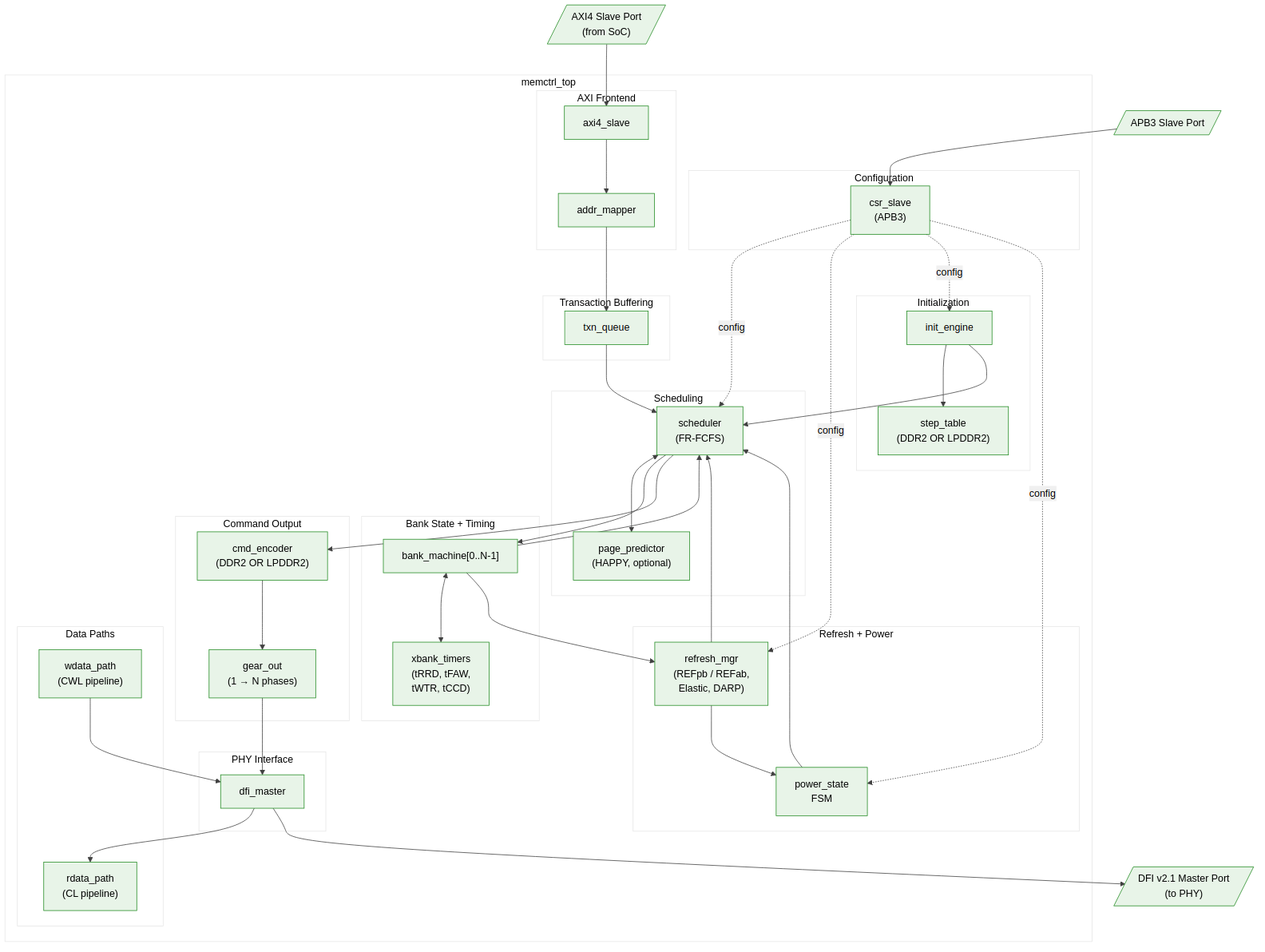
Before: projects/components/memory-controllers/pumice-ddr2-lpddr2/docs/pumice_has/assets/mermaid/01_block_diagram.png, a diagram exported from Mermaid (sean-galloway/RTLDesignSherpa). Its source is kept beside it as projects/components/memory-controllers/pumice-ddr2-lpddr2/docs/pumice_has/assets/mermaid/01_block_diagram.mmd.
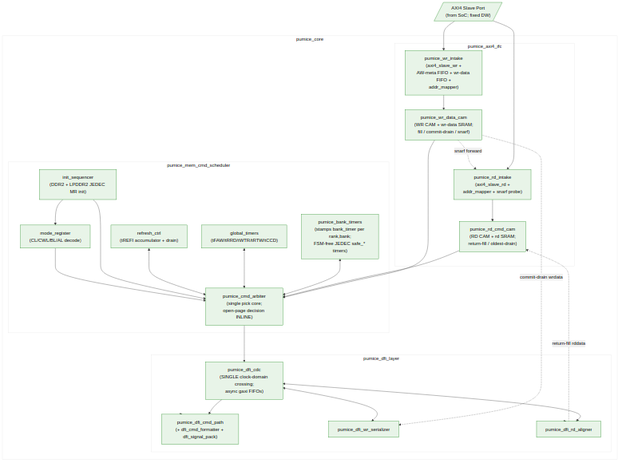
The same file after the commit.

Change to the diagram source:
```diff
@@ -1,63 +1,55 @@
 %%{init: {'theme': 'base', 'themeVariables': { 'primaryColor': '#e8f4e8', 'primaryTextColor': '#000', 'primaryBorderColor': '#228B22', 'lineColor': '#404040', 'secondaryColor': '#f0f0f0', 'tertiaryColor': '#fff'}}}%%
 flowchart TB
-    subgraph FRONT["axi_frontend_macro"]
-        axi_intake["axi_intake<br/>(AXI4 protocol +<br/>w_buf + b_fifo)"]
-        addr_mapper["addr_mapper"]
-        wr_cmd_cam["wr_cmd_cam"]
-        rd_cmd_cam["rd_cmd_cam"]
-        wr2rd_forward["wr2rd_forward<br/>(snarf bypass)"]
-    end
+    subgraph CORE["pumice_core"]
 
-    subgraph CORE["ddr2_lpddr2_core_macro"]
-
-        subgraph CSCHED["command_scheduler_macro"]
-            scheduler["scheduler<br/>(FR-FCFS, closed-page)"]
-            xbank_timers["xbank_timers<br/>(per-(rank,bank) JEDEC)"]
-            global_timers["global_timers<br/>(tFAW/tRRD/tWTR/tRTW)"]
-            refresh_ctrl["refresh_ctrl<br/>(tREFI postponer)"]
-            mode_register["mode_register<br/>(MR0-3 → CL/CWL/BL/AL)"]
-            init_sequencer["init_sequencer<br/>(cold-boot microprogram)"]
-            powerdown_ctrl["powerdown_ctrl<br/>(Active/APD/SR/DPD)"]
+        subgraph IFC["pumice_axi4_ifc"]
+            wr_intake["pumice_wr_intake<br/>(axi4_slave_wr +<br/>AW-meta FIFO + wr-data FIFO +<br/>addr_mapper)"]
+            rd_intake["pumice_rd_intake<br/>(axi4_slave_rd +<br/>addr_mapper + snarf probe)"]
+            wr_data_cam["pumice_wr_data_cam<br/>(WR CAM + wr-data SRAM;<br/>fill / commit-drain / snarf)"]
+            rd_cmd_cam["pumice_rd_cmd_cam<br/>(RD CAM + rd SRAM;<br/>return-fill / oldest-drain)"]
         end
 
-        subgraph DPATH["data_path_macro"]
-            wr_beat_sequencer["wr_beat_sequencer<br/>(W-buf pull → DFI wrdata)"]
-            rd_cl_aligner["rd_cl_aligner<br/>(DFI rddata → rd_inject)"]
+        subgraph SCHED["pumice_mem_cmd_scheduler"]
+            cmd_arbiter["pumice_cmd_arbiter<br/>(single pick core;<br/>open-page decision INLINE)"]
+            bank_timers["pumice_bank_timers<br/>(stamps bank_timer per rank,bank;<br/>FSM-free JEDEC safe_* timers)"]
+            global_timers["global_timers<br/>(tFAW/tRRD/tWTR/tRTW/tCCD)"]
+            refresh_ctrl["refresh_ctrl<br/>(tREFI accumulator + drain)"]
+            init_sequencer["init_sequencer<br/>(DDR2 + LPDDR2 JEDEC MR init)"]
+            mode_register["mode_register<br/>(CL/CWL/BL/AL decode)"]
         end
 
-        subgraph DFI["dfi_v21_interface_macro"]
-            dfi_cmd_formatter["dfi_cmd_formatter<br/>(JEDEC truth table + ODT)"]
-            dfi_signal_pack["dfi_signal_pack<br/>(multi-phase pack)"]
+        subgraph DFI["pumice_dfi_layer"]
+            dfi_cdc["pumice_dfi_cdc<br/>(SINGLE clock-domain crossing;<br/>async gaxi FIFOs)"]
+            dfi_cmd_path["pumice_dfi_cmd_path<br/>(+ dfi_cmd_formatter + dfi_signal_pack)"]
+            dfi_wr_ser["pumice_dfi_wr_serializer"]
+            dfi_rd_align["pumice_dfi_rd_aligner"]
         end
 
     end
 
-    AXI[/"AXI4 Slave Port<br/>(from SoC)"/] --> axi_intake
-    axi_intake --> addr_mapper
-    addr_mapper --> wr_cmd_cam
-    addr_mapper --> rd_cmd_cam
-    wr_cmd_cam <--> wr2rd_forward
-    rd_cmd_cam <--> wr2rd_forward
-    wr2rd_forward --> axi_intake
+    AXI[/"AXI4 Slave Port<br/>(from SoC; fixed DW)"/] --> wr_intake
+    AXI --> rd_intake
 
-    wr_cmd_cam --> scheduler
-    rd_cmd_cam --> scheduler
-    xbank_timers <--> scheduler
-    global_timers <--> scheduler
-    refresh_ctrl --> scheduler
-    init_sequencer --> scheduler
-    powerdown_ctrl --> scheduler
-    mode_register --> scheduler
+    wr_intake --> wr_data_cam
+    rd_intake --> rd_cmd_cam
+    wr_data_cam -. snarf forward .-> rd_intake
+
+    wr_data_cam --> cmd_arbiter
+    rd_cmd_cam --> cmd_arbiter
+    bank_timers <--> cmd_arbiter
+    global_timers <--> cmd_arbiter
+    refresh_ctrl <--> cmd_arbiter
+    init_sequencer --> cmd_arbiter
+    mode_register --> cmd_arbiter
     init_sequencer --> mode_register
 
-    scheduler --> dfi_cmd_formatter
-    scheduler --> wr_beat_sequencer
-    scheduler --> rd_cl_aligner
+    cmd_arbiter --> dfi_cdc
+    wr_data_cam -. commit-drain wrdata .-> dfi_wr_ser
+    dfi_rd_align -. return-fill rddata .-> rd_cmd_cam
 
-    axi_intake -.w_buf pull.-> wr_beat_sequencer
-    rd_cl_aligner -.rd_inject.-> axi_intake
-
-    dfi_cmd_formatter --> dfi_signal_pack
-    wr_beat_sequencer --> dfi_signal_pack
-    rd_cl_aligner --> dfi_signal_pack
-    dfi_signal_pack --> DFI[/"DFI v2.1 Master Port<br/>(to PHY)"/]
+    dfi_cdc --> dfi_cmd_path
+    dfi_cdc <--> dfi_wr_ser
+    dfi_cdc <--> dfi_rd_align
+    dfi_cmd_path --> DFI[/"DFI v2.1 Master Port<br/>(to PHY)"/]
+    dfi_wr_ser --> DFI
+    dfi_rd_align --> DFI
```
